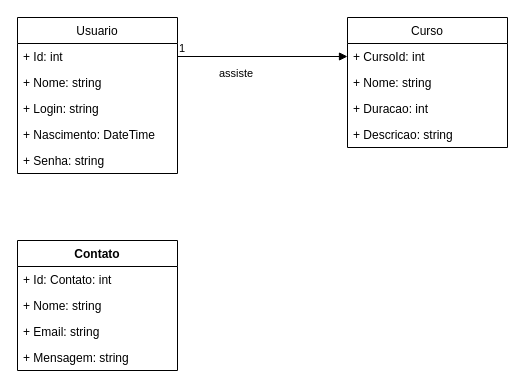
The draw.io diagram Modelagem de dados/UML.drawio in DouglasSilvaPrado/ProjetoAthena, before the edit. Source tidied: cells renumbered, new cells numbered last; positions are measured from the earlier drawing's top-left corner, leaving out a move shared by most shapes. Both pictures are drawn from the tidied source at 100%, with x=0, y=0 at pixel (17, 17).
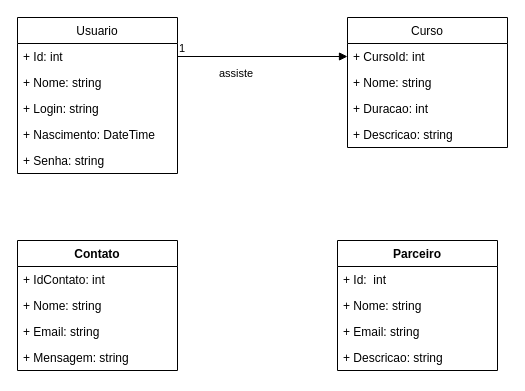
The same diagram, later.

Unchanged cells that the change refers to:
```xml
<mxCell id="15" value="Contato" style="swimlane;fontStyle=1;align=center;verticalAlign=top;horizontal=1;startSize=26;" parent="1" vertex="1">
  <mxGeometry y="223" width="160" height="130" as="geometry" />
</mxCell>
```

What changed in the source:
```diff
@@
-    <mxCell id="16" value="+ Id: Contato: int " style="text;strokeColor=none;fillColor=none;align=left;verticalAlign=top;spacingLeft=4;spacingRight=4;overflow=hidden;" parent="15" vertex="1">
+    <mxCell id="16" value="+ IdContato: int " style="text;strokeColor=none;fillColor=none;align=left;verticalAlign=top;spacingLeft=4;spacingRight=4;overflow=hidden;" parent="15" vertex="1">
       <mxGeometry y="26" width="160" height="26" as="geometry" />
     </mxCell>
@@
+    <mxCell id="20" value="Parceiro&#10;&#10;" style="swimlane;fontStyle=1;align=center;verticalAlign=top;horizontal=1;startSize=26;" parent="1" vertex="1">
+      <mxGeometry x="320" y="223" width="160" height="130" as="geometry" />
+    </mxCell>
+    <mxCell id="21" value="+ Id:  int " style="text;strokeColor=none;fillColor=none;align=left;verticalAlign=top;spacingLeft=4;spacingRight=4;overflow=hidden;" parent="20" vertex="1">
+      <mxGeometry y="26" width="160" height="26" as="geometry" />
+    </mxCell>
+    <mxCell id="22" value="+ Nome: string " style="text;strokeColor=none;fillColor=none;align=left;verticalAlign=top;spacingLeft=4;spacingRight=4;overflow=hidden;" parent="20" vertex="1">
+      <mxGeometry y="52" width="160" height="26" as="geometry" />
+    </mxCell>
+    <mxCell id="23" value="+ Email: string " style="text;strokeColor=none;fillColor=none;align=left;verticalAlign=top;spacingLeft=4;spacingRight=4;overflow=hidden;" parent="20" vertex="1">
+      <mxGeometry y="78" width="160" height="26" as="geometry" />
+    </mxCell>
+    <mxCell id="24" value="+ Descricao: string " style="text;strokeColor=none;fillColor=none;align=left;verticalAlign=top;spacingLeft=4;spacingRight=4;overflow=hidden;" parent="20" vertex="1">
+      <mxGeometry y="104" width="160" height="26" as="geometry" />
+    </mxCell>
```
